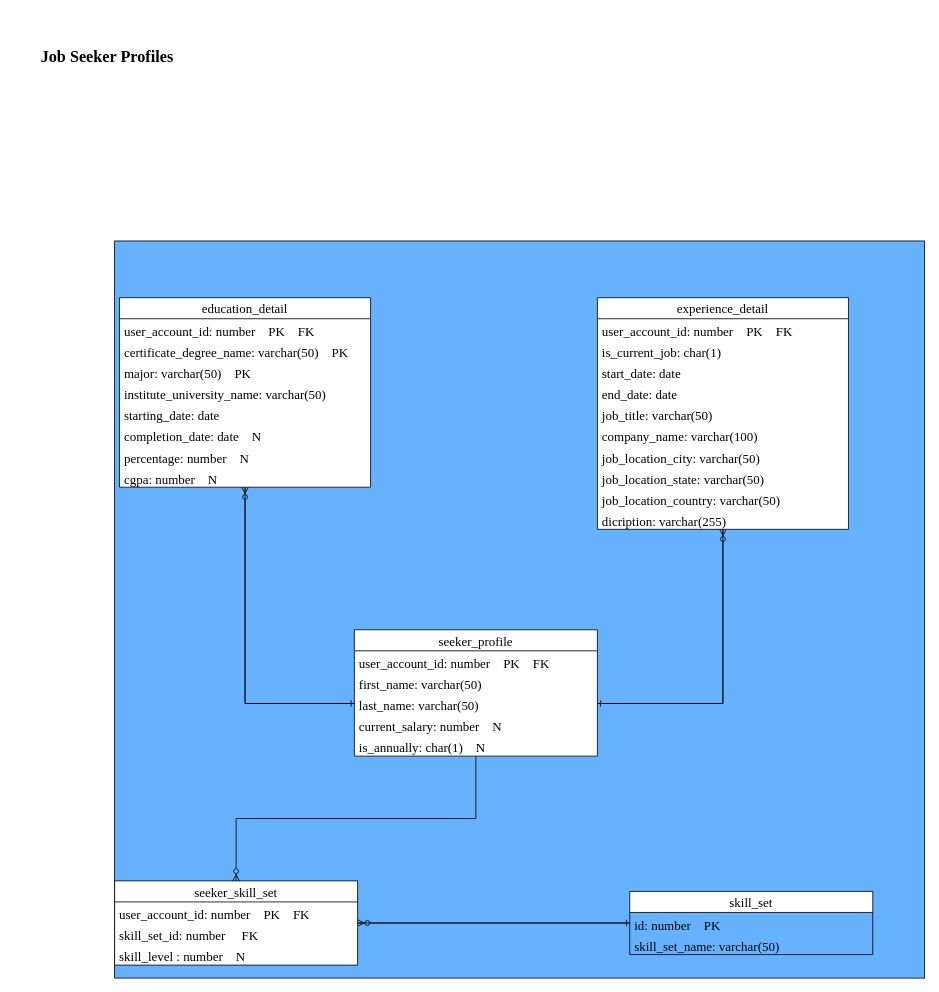
Before: Sơ đồ hệ thống/job_seeker_profiles.drawio in coongasd/job-search, a draw.io diagram. Source tidied: cells renumbered, new cells numbered last; positions are measured from the earlier drawing's top-left corner, leaving out a move shared by most shapes. Both pictures are drawn from the tidied source at 81%, with x=0, y=0 at pixel (14, 46).
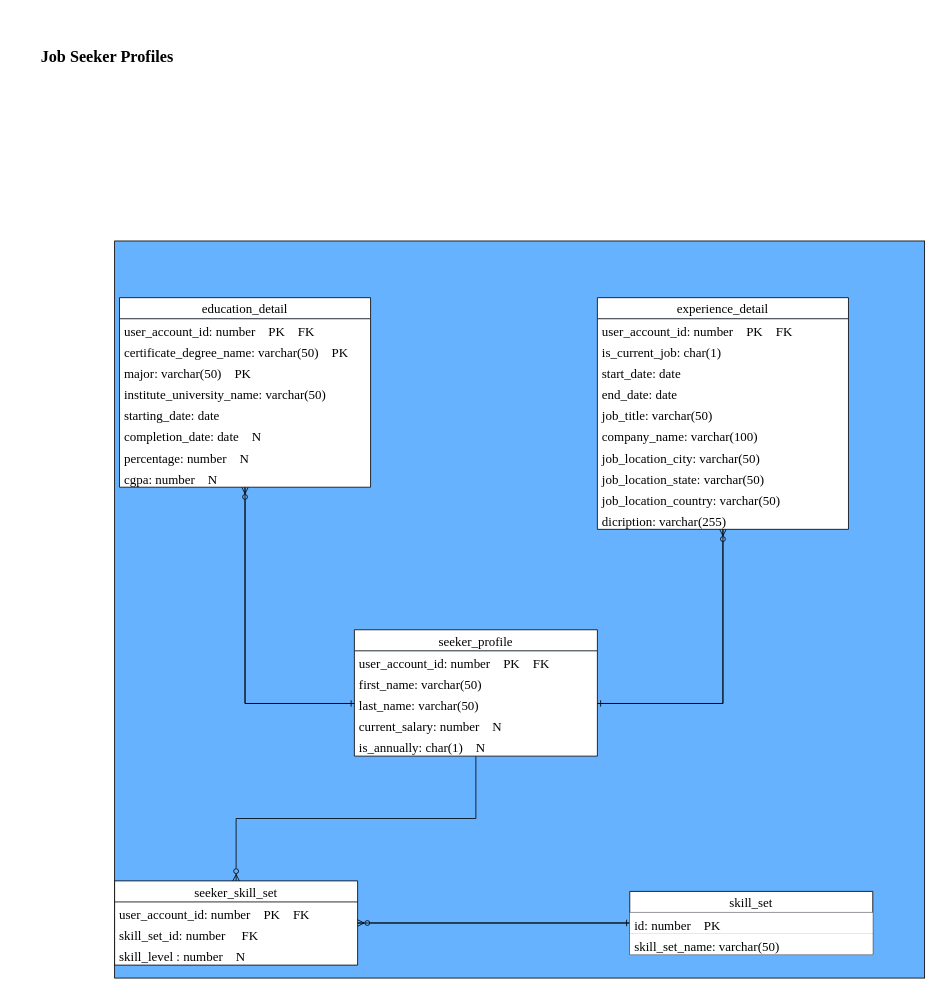
After the change.

Unchanged cells that the change refers to:
```xml
<mxCell id="41" value="skill_set" style="swimlane;fontStyle=0;horizontal=1;startSize=26;fontFamily=Times New Roman;fontSize=16;fontColor=default;swimlaneFillColor=none;" parent="1" vertex="1">
  <mxGeometry x="760" y="1043" width="300" height="78" as="geometry" />
</mxCell>
```

What changed in the source:
```diff
@@
-    <mxCell id="42" value="id: number    PK" style="text;strokeColor=none;fillColor=none;align=left;verticalAlign=top;spacingLeft=4;spacingRight=4;overflow=hidden;points=[[0,0.5],[1,0.5]];portConstraint=eastwest;fontFamily=Times New Roman;fontSize=16;fontColor=default;" parent="41" vertex="1">
+    <mxCell id="42" value="id: number    PK" style="text;strokeColor=none;align=left;verticalAlign=top;spacingLeft=4;spacingRight=4;overflow=hidden;points=[[0,0.5],[1,0.5]];portConstraint=eastwest;fontFamily=Times New Roman;fontSize=16;fontColor=default;fillColor=#ffffff;" parent="41" vertex="1">
       <mxGeometry y="26" width="300" height="26" as="geometry" />
     </mxCell>
-    <mxCell id="43" value="skill_set_name: varchar(50)" style="text;strokeColor=none;fillColor=none;align=left;verticalAlign=top;spacingLeft=4;spacingRight=4;overflow=hidden;fontFamily=Times New Roman;fontSize=16;fontColor=default;" parent="41" vertex="1">
+    <mxCell id="43" value="skill_set_name: varchar(50)" style="text;align=left;verticalAlign=top;spacingLeft=4;spacingRight=4;overflow=hidden;fontFamily=Times New Roman;fontSize=16;fillColor=#ffffff;gradientColor=#ffffff;" parent="41" vertex="1">
       <mxGeometry y="52" width="300" height="26" as="geometry" />
     </mxCell>
```
